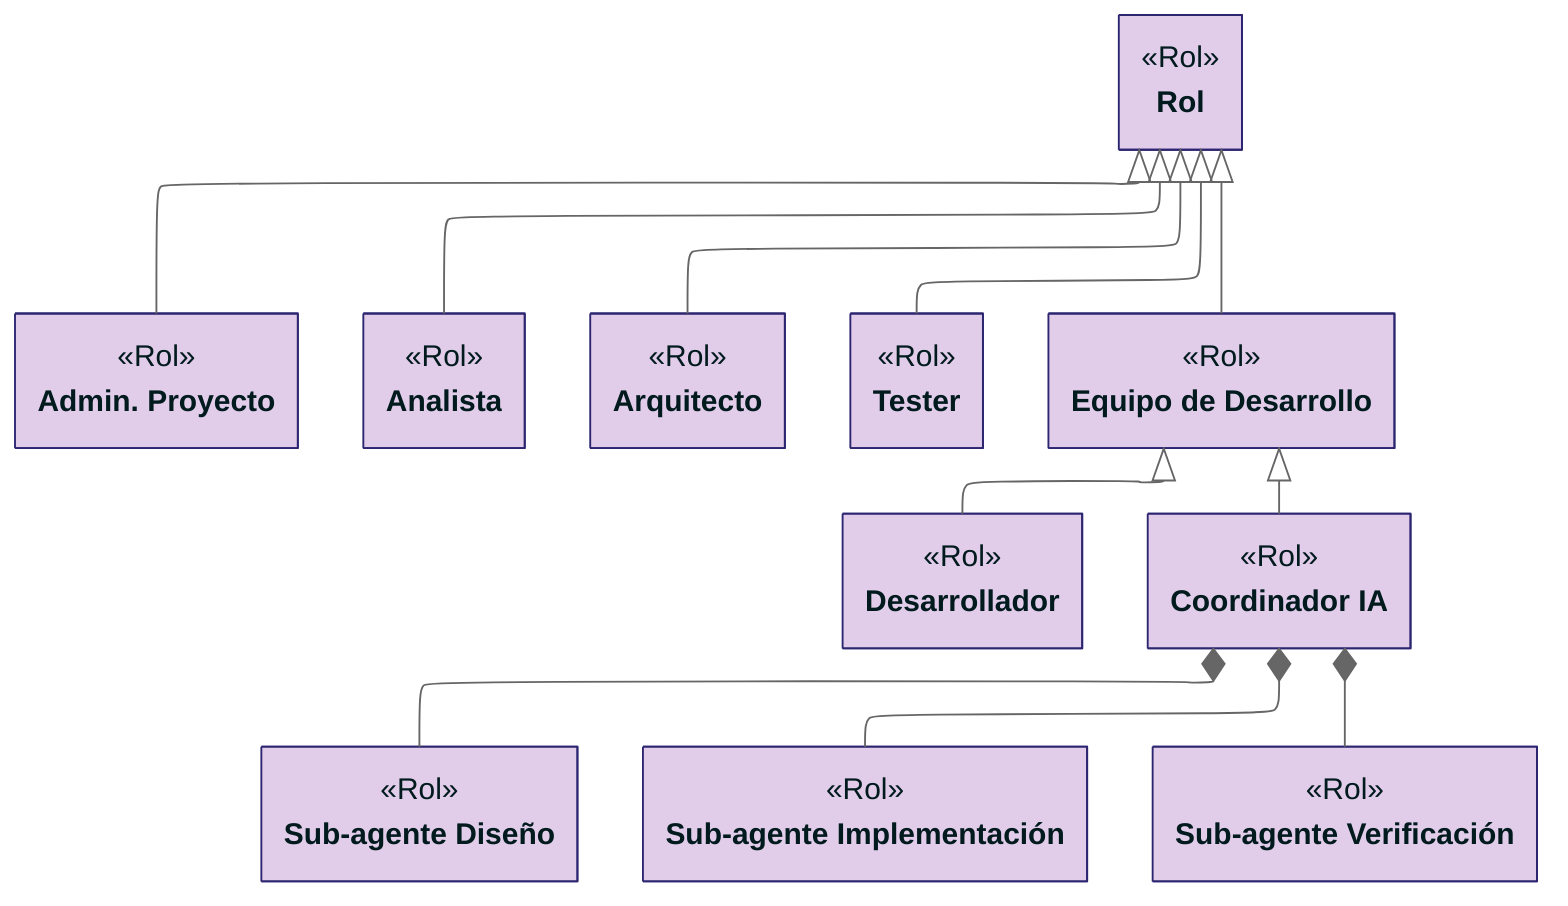
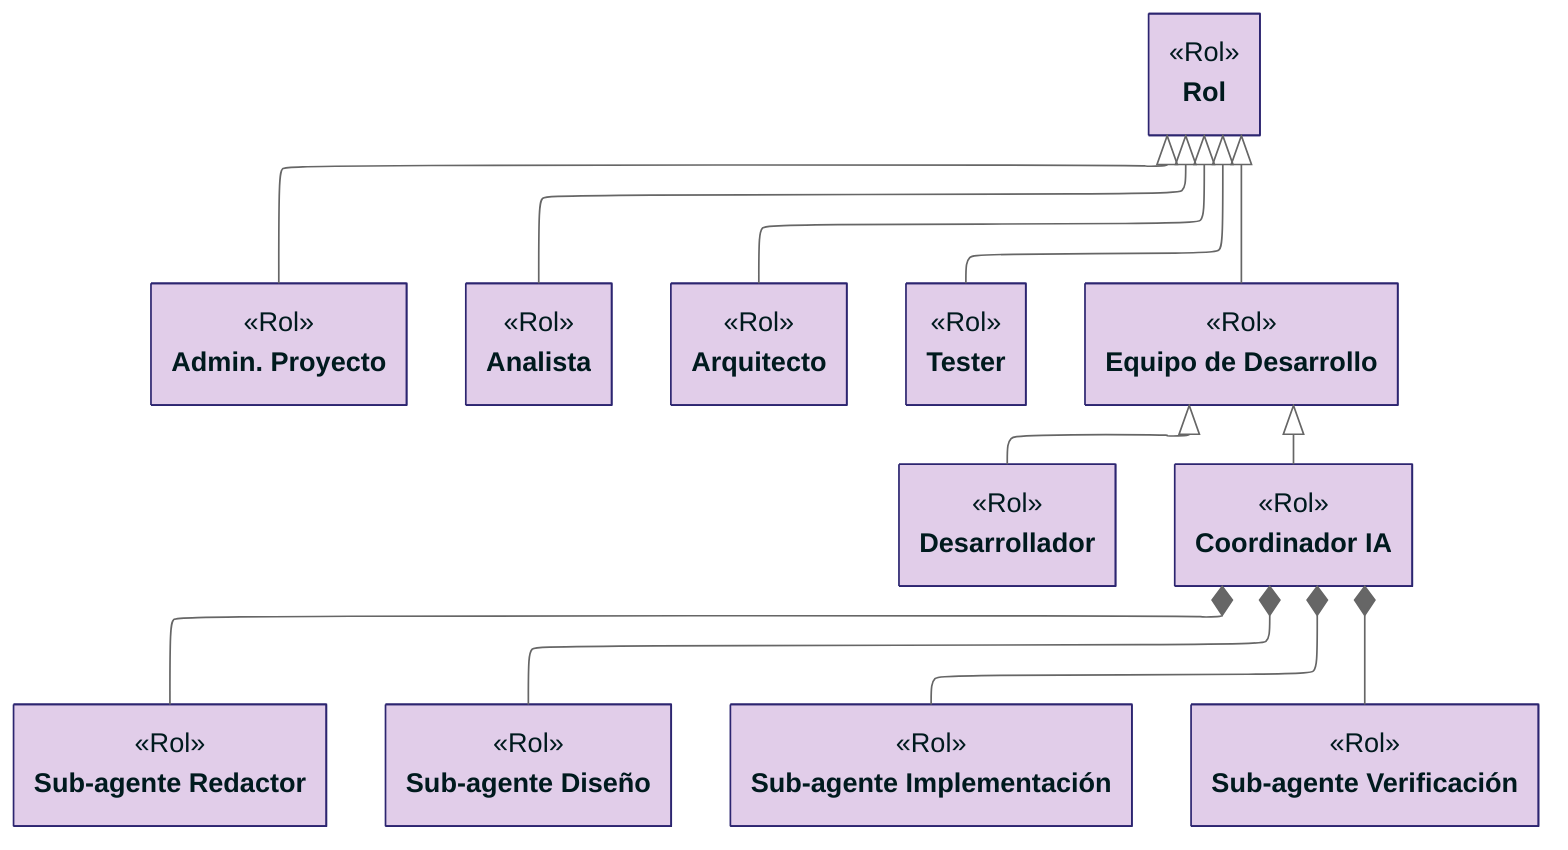
---
config:
    layout: elk
    class:
        hideEmptyMembersBox: true
    theme: neutral
---
classDiagram

class Rol["Rol"]:::rol {
    <<Rol>>
}
class AdminProyecto["Admin. Proyecto"]:::rol {
    <<Rol>>
}
class Analista["Analista"]:::rol {
    <<Rol>>
}
class Arquitecto["Arquitecto"]:::rol {
    <<Rol>>
}
class Tester["Tester"]:::rol {
    <<Rol>>
}
class EquipoDesarrollo["Equipo de Desarrollo"]:::rol {
    <<Rol>>
}
class Desarrollador["Desarrollador"]:::rol {
    <<Rol>>
}
class CoordinadorIA["Coordinador IA"]:::rol {
    <<Rol>>
}
+ class SubRedactor["Sub-agente Redactor"]:::rol {
+     <<Rol>>
+ }
class SubDiseno["Sub-agente Diseño"]:::rol {
    <<Rol>>
}
class SubImpl["Sub-agente Implementación"]:::rol {
    <<Rol>>
}
class SubVerif["Sub-agente Verificación"]:::rol {
    <<Rol>>
}

Rol <|-- AdminProyecto
Rol <|-- Analista
Rol <|-- Arquitecto
Rol <|-- Tester
Rol <|-- EquipoDesarrollo
EquipoDesarrollo <|-- Desarrollador
EquipoDesarrollo <|-- CoordinadorIA
+ CoordinadorIA *-- SubRedactor
CoordinadorIA *-- SubDiseno
CoordinadorIA *-- SubImpl
CoordinadorIA *-- SubVerif

classDef rol fill:#E1CDE9,stroke:#2c2570,color:#001a1e